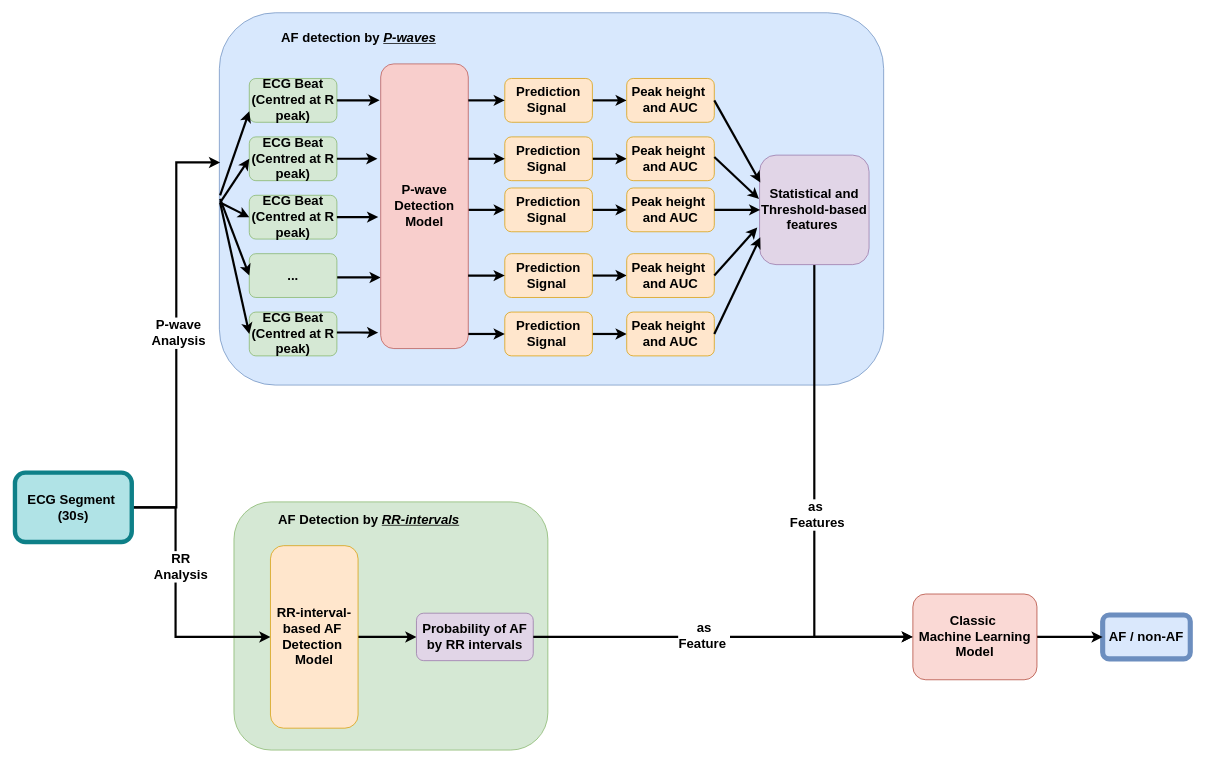
Above: new.drawio in kellydingzx/drawio (draw.io), before the change. Source tidied: cells renumbered, new cells numbered last; positions are measured from the earlier drawing's top-left corner, leaving out a move shared by most shapes. Both pictures are drawn from the tidied source at 73%, with x=0, y=0 at pixel (15, 12).
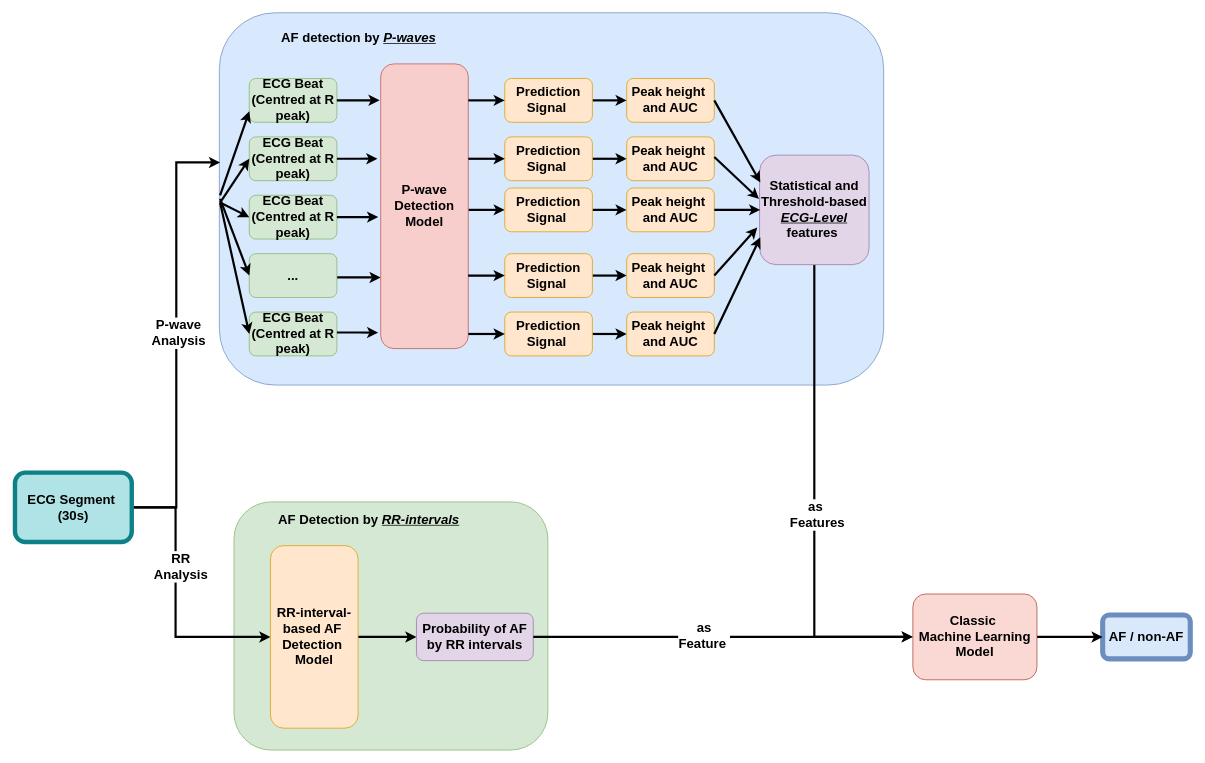
The same diagram, later.

What changed in the source:
```diff
@@
-    <mxCell id="42" value="Statistical and Threshold-based features&amp;nbsp;" style="whiteSpace=wrap;html=1;fontSize=18;fillColor=#e1d5e7;strokeColor=#9673a6;rounded=1;fontStyle=1;strokeWidth=1;" parent="1" vertex="1">
+    <mxCell id="42" value="Statistical and Threshold-based&lt;div&gt;&lt;u&gt;&lt;i&gt;ECG-Level&lt;/i&gt;&lt;/u&gt; features&amp;nbsp;&lt;/div&gt;" style="whiteSpace=wrap;html=1;fontSize=18;fillColor=#e1d5e7;strokeColor=#9673a6;rounded=1;fontStyle=1;strokeWidth=1;" parent="1" vertex="1">
       <mxGeometry x="1020" y="195" width="150" height="150" as="geometry" />
     </mxCell>
```
